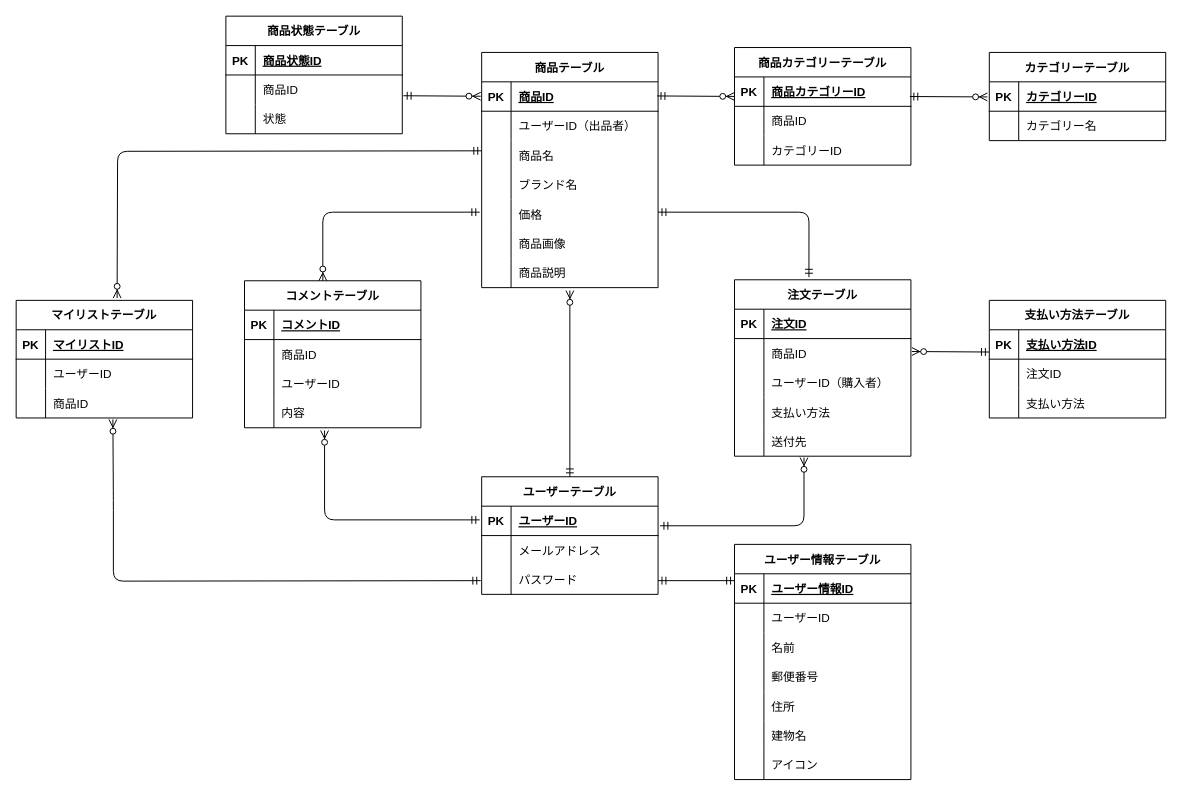
Earlier version of the draw.io diagram ER.dio (sumiyoshi0123/coachtech-flea-market). Source tidied: cells renumbered, new cells numbered last; positions are measured from the earlier drawing's top-left corner, leaving out a move shared by most shapes. Both pictures are drawn from the tidied source at 98%, with x=0, y=0 at pixel (16, 16).
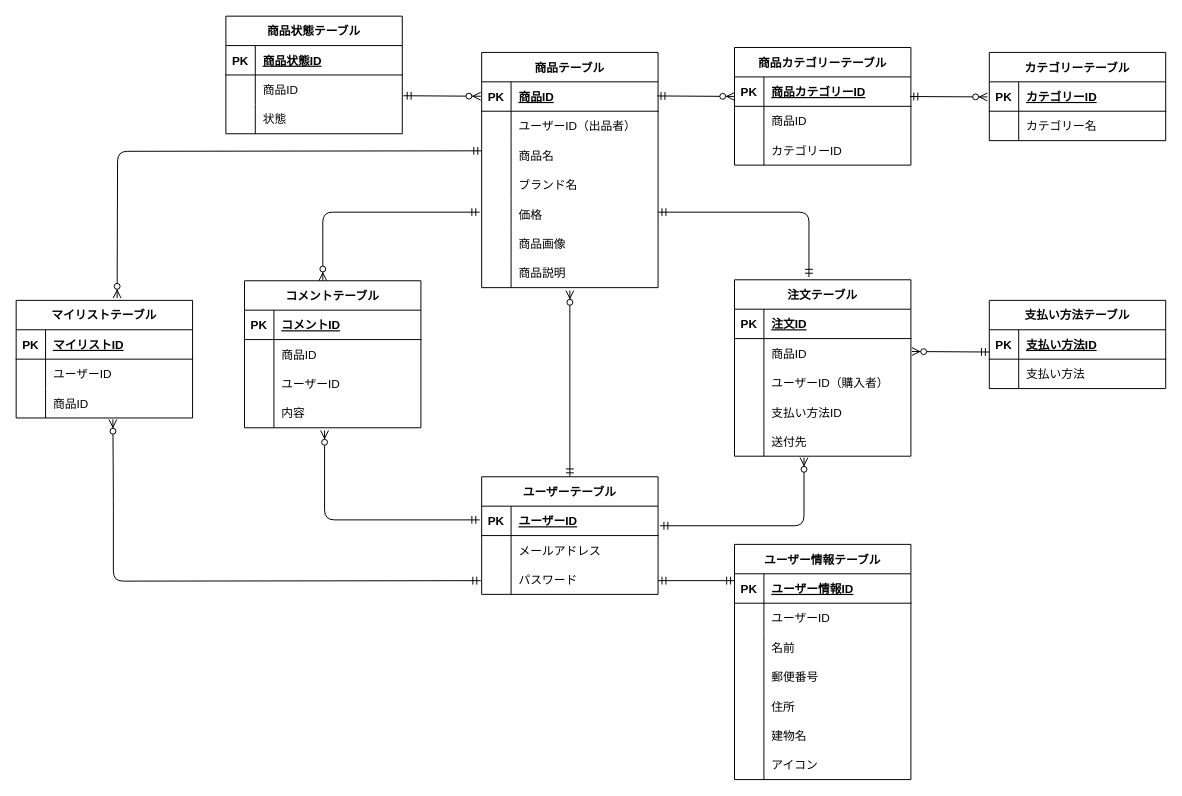
Above is the later version.

The change refers to these unchanged cells:
```xml
<mxCell id="51" style="shape=tableRow;horizontal=0;startSize=0;swimlaneHead=0;swimlaneBody=0;fillColor=none;top=0;left=0;right=0;bottom=0;" parent="41" vertex="1">
  <mxGeometry y="120" width="180" height="30" as="geometry" />
</mxCell>
```

The edit, as a diff of the source:
```diff
@@
-    <mxCell id="53" value="支払い方法" style="shape=partialRectangle;fillColor=none;top=0;left=0;bottom=0;right=0;align=left;spacingLeft=6;overflow=hidden;" parent="51" vertex="1">
+    <mxCell id="53" value="支払い方法ID" style="shape=partialRectangle;fillColor=none;top=0;left=0;bottom=0;right=0;align=left;spacingLeft=6;overflow=hidden;" parent="51" vertex="1">
       <mxGeometry x="30" width="150" height="30" as="geometry" />
     </mxCell>
@@
     <mxCell id="133" value="支払い方法テーブル" style="shape=table;startSize=30;childLayout=tableLayout;rowLines=0;fontStyle=1;align=center;" parent="1" vertex="1">
-      <mxGeometry x="993" y="290" width="180" height="120" as="geometry" />
+      <mxGeometry x="993" y="290" width="180" height="90" as="geometry" />
     </mxCell>
@@
-    <mxCell id="137" style="shape=tableRow;horizontal=0;startSize=0;swimlaneHead=0;swimlaneBody=0;fillColor=none;top=0;left=0;right=0;bottom=0;" parent="133" vertex="1">
-      <mxGeometry y="60" width="180" height="30" as="geometry" />
-    </mxCell>
-    <mxCell id="138" style="shape=partialRectangle;fillColor=none;top=0;left=0;bottom=0;right=0;overflow=hidden;" parent="137" vertex="1">
-      <mxGeometry width="30" height="30" as="geometry" />
-    </mxCell>
-    <mxCell id="139" value="注文ID" style="shape=partialRectangle;fillColor=none;top=0;left=0;bottom=0;right=0;align=left;spacingLeft=6;overflow=hidden;" parent="137" vertex="1">
-      <mxGeometry x="30" width="150" height="30" as="geometry" />
-    </mxCell>
     <mxCell id="140" style="shape=tableRow;horizontal=0;startSize=0;swimlaneHead=0;swimlaneBody=0;fillColor=none;top=0;left=0;right=0;bottom=0;" parent="133" vertex="1">
-      <mxGeometry y="90" width="180" height="30" as="geometry" />
+      <mxGeometry y="60" width="180" height="30" as="geometry" />
     </mxCell>
```
